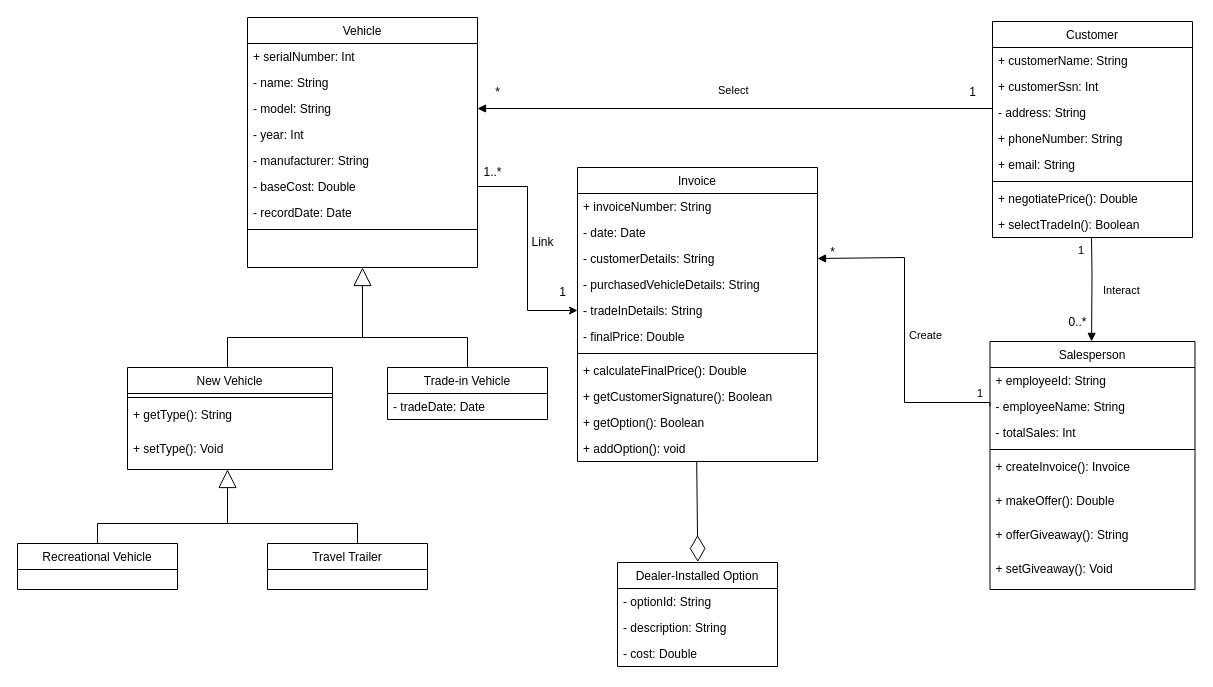
Before: Untitled Diagram.drawio in LarryChenCode/IS7020_diagrams, a draw.io diagram. Source tidied: cells renumbered, new cells numbered last; positions are measured from the earlier drawing's top-left corner, leaving out a move shared by most shapes. Both pictures are drawn from the tidied source at 100%, with x=0, y=0 at pixel (17, 17).
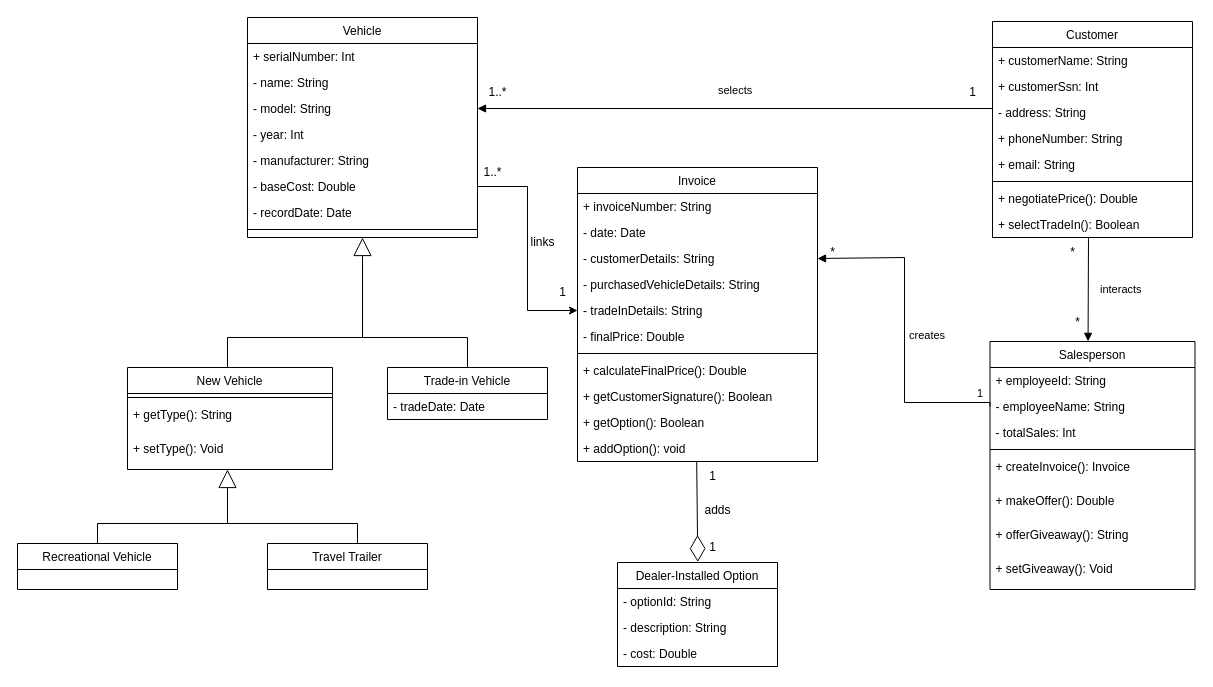
Above is the later version.

The change refers to these unchanged cells:
```xml
<mxCell id="5" value="- model: String" style="text;align=left;verticalAlign=top;spacingLeft=4;spacingRight=4;overflow=hidden;points=[[0,0.5],[1,0.5]];portConstraint=eastwest;rounded=0;shadow=0;html=0;" parent="2" vertex="1">
  <mxGeometry y="78" width="230" height="26" as="geometry" />
</mxCell>
<mxCell id="13" value="- employeeName: String" style="text;align=left;verticalAlign=top;spacingLeft=4;spacingRight=4;overflow=hidden;points=[[0,0.5],[1,0.5]];portConstraint=eastwest;rounded=0;shadow=0;html=0;" parent="11" vertex="1">
  <mxGeometry y="52" width="205" height="26" as="geometry" />
</mxCell>
<mxCell id="23" value="- customerDetails: String" style="text;align=left;verticalAlign=top;spacingLeft=4;spacingRight=4;overflow=hidden;points=[[0,0.5],[1,0.5]];portConstraint=eastwest;" parent="20" vertex="1">
  <mxGeometry y="78" width="240" height="26" as="geometry" />
</mxCell>
```

What changed in the source:
```diff
@@
     <mxCell id="2" value="Vehicle" style="swimlane;fontStyle=0;align=center;verticalAlign=top;horizontal=1;startSize=26;rounded=0;shadow=0;strokeWidth=1;" parent="1" vertex="1">
-      <mxGeometry x="230" width="230" height="250" as="geometry" />
+      <mxGeometry x="230" width="230" height="220" as="geometry" />
     </mxCell>
@@
-    <mxCell id="45" value="Interact" style="endArrow=block;endFill=1;html=1;edgeStyle=orthogonalEdgeStyle;align=left;verticalAlign=top;rounded=0;entryX=0.852;entryY=1.129;entryDx=0;entryDy=0;entryPerimeter=0;" parent="1" edge="1" target="47">
-      <mxGeometry x="-0.24" y="10" relative="1" as="geometry">
-        <mxPoint x="1074" y="220" as="sourcePoint" />
+    <mxCell id="45" value="interacts" style="endArrow=block;endFill=1;html=1;edgeStyle=orthogonalEdgeStyle;align=left;verticalAlign=top;rounded=0;entryX=0.852;entryY=1.129;entryDx=0;entryDy=0;entryPerimeter=0;" parent="1" edge="1" target="47">
+      <mxGeometry x="-0.25" y="10" relative="1" as="geometry">
+        <mxPoint x="1071" y="220" as="sourcePoint" />
+        <Array as="points">
+          <mxPoint x="1071" y="222" />
+        </Array>
       </mxGeometry>
     </mxCell>
-    <mxCell id="46" value="1" style="edgeLabel;html=1;align=left;verticalAlign=bottom;" parent="45" vertex="1">
-      <mxGeometry x="-1" relative="1" as="geometry">
-        <mxPoint x="-15" y="21" as="offset" />
-      </mxGeometry>
-    </mxCell>
-    <mxCell id="47" value="0..*" style="text;html=1;align=center;verticalAlign=middle;points=[];strokeColor=none;fillColor=none;" parent="1" vertex="1">
-      <mxGeometry x="1040" y="290" width="40" height="30" as="geometry" />
+    <mxCell id="47" value="*" style="text;html=1;align=center;verticalAlign=middle;points=[];strokeColor=none;fillColor=none;" parent="1" vertex="1">
+      <mxGeometry x="1045" y="290" width="30" height="30" as="geometry" />
     </mxCell>
-    <mxCell id="48" value="Create" style="endArrow=block;endFill=1;html=1;edgeStyle=orthogonalEdgeStyle;align=left;verticalAlign=top;rounded=0;exitX=0;exitY=0.5;exitDx=0;exitDy=0;entryX=1;entryY=0.5;entryDx=0;entryDy=0;" parent="1" edge="1" source="13" target="23">
+    <mxCell id="48" value="creates" style="endArrow=block;endFill=1;html=1;edgeStyle=orthogonalEdgeStyle;align=left;verticalAlign=top;rounded=0;exitX=0;exitY=0.5;exitDx=0;exitDy=0;entryX=1;entryY=0.5;entryDx=0;entryDy=0;" parent="1" edge="1" source="13" target="23">
       <mxGeometry x="0.06" y="-3" relative="1" as="geometry">
         <Array as="points">
           <mxPoint x="887" y="385" />
           <mxPoint x="887" y="240" />
           <mxPoint x="800" y="240" />
         </Array>
       </mxGeometry>
     </mxCell>
@@
-    <mxCell id="55" value="Select" style="endArrow=block;endFill=1;html=1;edgeStyle=orthogonalEdgeStyle;align=left;verticalAlign=top;rounded=0;entryX=1;entryY=0.5;entryDx=0;entryDy=0;" parent="1" edge="1" target="5">
+    <mxCell id="55" value="selects" style="endArrow=block;endFill=1;html=1;edgeStyle=orthogonalEdgeStyle;align=left;verticalAlign=top;rounded=0;entryX=1;entryY=0.5;entryDx=0;entryDy=0;" parent="1" edge="1" target="5">
       <mxGeometry x="0.07" y="-31" relative="1" as="geometry">
         <mxPoint x="975" y="91" as="sourcePoint" />
         <Array as="points">
           <mxPoint x="975" y="91" />
         </Array>
       </mxGeometry>
     </mxCell>
@@
-    <mxCell id="57" value="*" style="text;html=1;align=center;verticalAlign=middle;strokeColor=none;fillColor=none;" parent="1" vertex="1">
-      <mxGeometry x="465" y="60" width="30" height="30" as="geometry" />
+    <mxCell id="57" value="1..*" style="text;html=1;align=center;verticalAlign=middle;strokeColor=none;fillColor=none;" parent="1" vertex="1">
+      <mxGeometry x="460" y="60" width="40" height="30" as="geometry" />
     </mxCell>
@@
-    <mxCell id="59" value="Link" style="text;html=1;align=center;verticalAlign=middle;strokeColor=none;fillColor=none;" parent="1" vertex="1">
+    <mxCell id="59" value="links" style="text;html=1;align=center;verticalAlign=middle;strokeColor=none;fillColor=none;" parent="1" vertex="1">
       <mxGeometry x="500" y="210" width="50" height="30" as="geometry" />
     </mxCell>
@@
+    <mxCell id="71" value="*" style="text;html=1;align=center;verticalAlign=middle;strokeColor=none;fillColor=none;" parent="1" vertex="1">
+      <mxGeometry x="1040" y="220" width="30" height="30" as="geometry" />
+    </mxCell>
+    <mxCell id="72" value="1" style="text;html=1;align=center;verticalAlign=middle;strokeColor=none;fillColor=none;" parent="1" vertex="1">
+      <mxGeometry x="680" y="444" width="30" height="30" as="geometry" />
+    </mxCell>
+    <mxCell id="73" value="1" style="text;html=1;align=center;verticalAlign=middle;strokeColor=none;fillColor=none;" parent="1" vertex="1">
+      <mxGeometry x="680" y="515" width="30" height="30" as="geometry" />
+    </mxCell>
+    <mxCell id="74" value="adds" style="text;html=1;align=center;verticalAlign=middle;strokeColor=none;fillColor=none;" parent="1" vertex="1">
+      <mxGeometry x="675" y="478" width="50" height="30" as="geometry" />
+    </mxCell>
```
